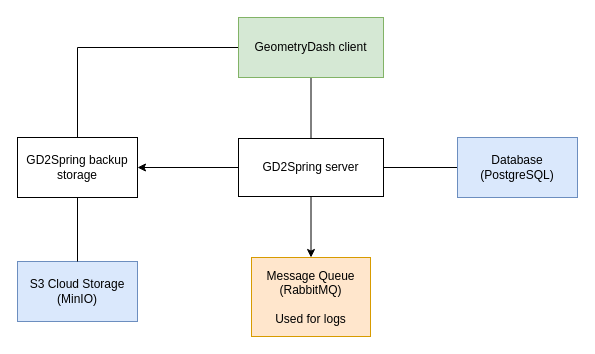
Earlier version of the draw.io diagram gd2spring.drawio (ScarletRedMan/GD2Spring). Source tidied: cells renumbered, new cells numbered last; positions are measured from the earlier drawing's top-left corner, leaving out a move shared by most shapes. Both pictures are drawn from the tidied source at 100%, with x=0, y=0 at pixel (17, 17).
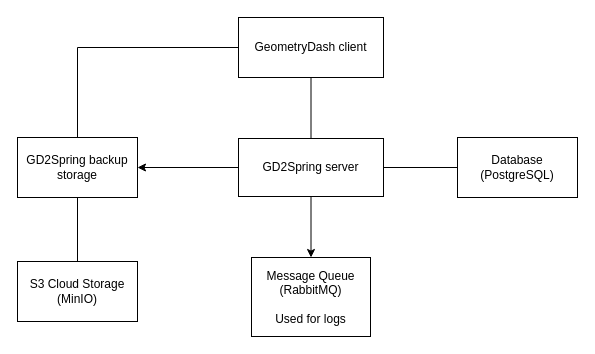
The same diagram, later.

Change to the diagram source:
```diff
@@
 <mxGraphModel>
   <root>
     <mxCell id="0" />
     <mxCell id="1" parent="0" />
     <mxCell id="2" style="edgeStyle=orthogonalEdgeStyle;rounded=0;jettySize=auto;html=1;exitX=0;exitY=0.5;exitDx=0;exitDy=0;entryX=0.5;entryY=0;entryDx=0;entryDy=0;endArrow=none;endFill=0;" parent="1" edge="1" source="4" target="13">
       <mxGeometry relative="1" as="geometry" />
     </mxCell>
     <mxCell id="3" style="edgeStyle=orthogonalEdgeStyle;rounded=0;jettySize=auto;html=1;exitX=0.5;exitY=1;exitDx=0;exitDy=0;endArrow=none;endFill=0;" parent="1" edge="1" source="4" target="8">
       <mxGeometry relative="1" as="geometry" />
     </mxCell>
-    <mxCell id="4" value="GeometryDash client" style="rounded=0;whiteSpace=wrap;html=1;fillColor=#d5e8d4;strokeColor=#82b366;" parent="1" vertex="1">
+    <mxCell id="4" value="GeometryDash client" style="rounded=0;whiteSpace=wrap;html=1;" parent="1" vertex="1">
       <mxGeometry x="221" width="145" height="60" as="geometry" />
     </mxCell>
     <mxCell id="5" style="edgeStyle=orthogonalEdgeStyle;rounded=0;jettySize=auto;html=1;exitX=1;exitY=0.5;exitDx=0;exitDy=0;entryX=0;entryY=0.5;entryDx=0;entryDy=0;endArrow=none;endFill=0;" parent="1" edge="1" source="8" target="9">
       <mxGeometry relative="1" as="geometry" />
     </mxCell>
     <mxCell id="6" style="edgeStyle=orthogonalEdgeStyle;rounded=0;jettySize=auto;html=1;exitX=0.5;exitY=1;exitDx=0;exitDy=0;entryX=0.5;entryY=0;entryDx=0;entryDy=0;" parent="1" edge="1" source="8" target="11">
       <mxGeometry relative="1" as="geometry" />
     </mxCell>
     <mxCell id="7" style="edgeStyle=orthogonalEdgeStyle;rounded=0;jettySize=auto;html=1;exitX=0;exitY=0.5;exitDx=0;exitDy=0;entryX=1;entryY=0.5;entryDx=0;entryDy=0;" parent="1" edge="1" source="8" target="13">
       <mxGeometry relative="1" as="geometry" />
     </mxCell>
     <mxCell id="8" value="GD2Spring server" style="rounded=0;whiteSpace=wrap;html=1;" parent="1" vertex="1">
       <mxGeometry x="221" y="121" width="145" height="58" as="geometry" />
     </mxCell>
-    <mxCell id="9" value="Database&lt;br&gt;(PostgreSQL)" style="rounded=0;whiteSpace=wrap;html=1;fillColor=#dae8fc;strokeColor=#6c8ebf;" parent="1" vertex="1">
+    <mxCell id="9" value="Database&lt;br&gt;(PostgreSQL)" style="rounded=0;whiteSpace=wrap;html=1;" parent="1" vertex="1">
       <mxGeometry x="440" y="120" width="120" height="60" as="geometry" />
     </mxCell>
-    <mxCell id="10" value="S3 Cloud Storage&lt;br&gt;(MinIO)" style="rounded=0;whiteSpace=wrap;html=1;fillColor=#dae8fc;strokeColor=#6c8ebf;" parent="1" vertex="1">
+    <mxCell id="10" value="S3 Cloud Storage&lt;br&gt;(MinIO)" style="rounded=0;whiteSpace=wrap;html=1;" parent="1" vertex="1">
       <mxGeometry y="244" width="120" height="60" as="geometry" />
     </mxCell>
-    <mxCell id="11" value="Message Queue&lt;br&gt;(RabbitMQ)&lt;br&gt;&lt;br&gt;Used for logs" style="rounded=0;whiteSpace=wrap;html=1;fillColor=#ffe6cc;strokeColor=#d79b00;" parent="1" vertex="1">
+    <mxCell id="11" value="Message Queue&lt;br&gt;(RabbitMQ)&lt;br&gt;&lt;br&gt;Used for logs" style="rounded=0;whiteSpace=wrap;html=1;" parent="1" vertex="1">
       <mxGeometry x="234" y="240" width="119" height="79" as="geometry" />
     </mxCell>
     <mxCell id="12" style="edgeStyle=orthogonalEdgeStyle;rounded=0;jettySize=auto;html=1;exitX=0.5;exitY=1;exitDx=0;exitDy=0;endArrow=none;endFill=0;" parent="1" edge="1" source="13" target="10">
       <mxGeometry relative="1" as="geometry" />
     </mxCell>
     <mxCell id="13" value="GD2Spring backup storage" style="rounded=0;whiteSpace=wrap;html=1;" parent="1" vertex="1">
       <mxGeometry y="120" width="120" height="60" as="geometry" />
     </mxCell>
   </root>
 </mxGraphModel>
```
